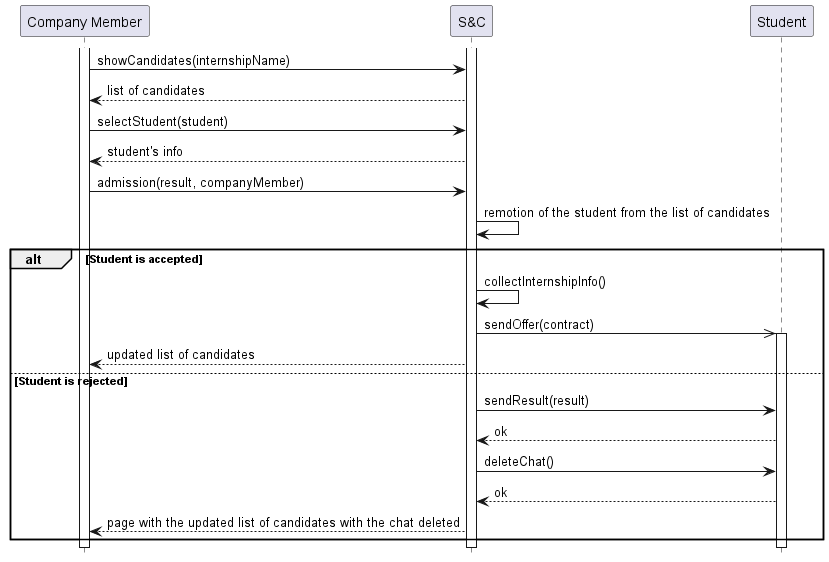
matti8702/R_and_DD_project_SE2 keeps this PlantUML diagram as RASD/Specific_requirements/uml_diagrams/UC21_diagram.png. Above is the earlier version. The source it was exported from:
```plantuml
@startuml UC21_diagram
hide footbox

participant "Company Member" as CM
participant "S&C" AS S
participant "Student" as ST

activate CM
activate S

CM -> S: showCandidates(internshipName)
S --> CM: list of candidates
CM -> S : selectStudent(student)
S --> CM : student's info
CM -> S : admission(result, companyMember)
S -> S : remotion of the student from the list of candidates
alt Student is accepted
    S -> S  : collectInternshipInfo()
    S ->> ST : sendOffer(contract)
    activate ST
    S --> CM : updated list of candidates
else Student is rejected
    S -> ST : sendResult(result)
    ST --> S : ok
    S -> ST : deleteChat()
    ST --> S : ok
    S --> CM : page with the updated list of candidates with the chat deleted
end
@enduml
```
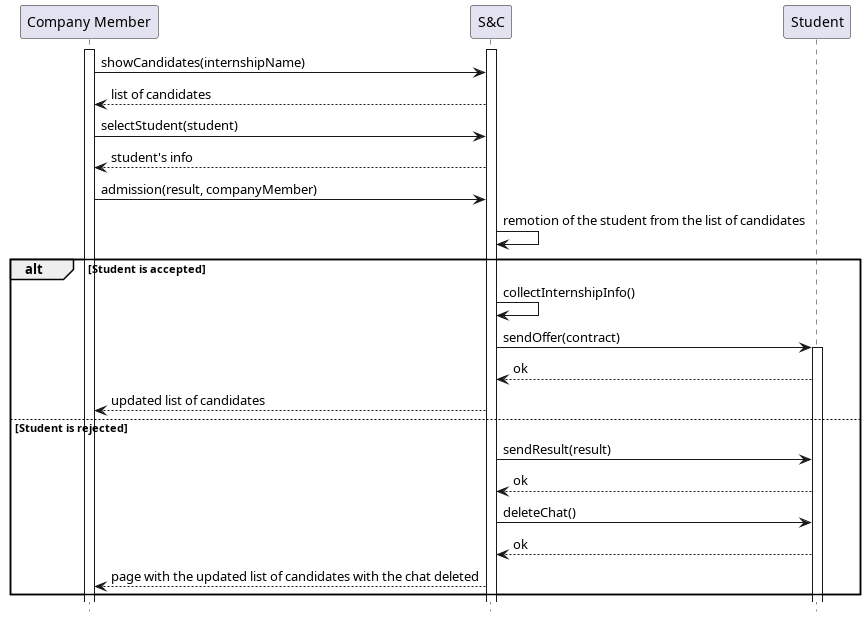
Later version of the same file.

The edit, as a diff of the source:
```diff
@@ -16,8 +16,9 @@
 S -> S : remotion of the student from the list of candidates
 alt Student is accepted
     S -> S  : collectInternshipInfo()
-    S ->> ST : sendOffer(contract)
+    S -> ST : sendOffer(contract)
     activate ST
+    ST --> S : ok
     S --> CM : updated list of candidates
 else Student is rejected
     S -> ST : sendResult(result)
```
